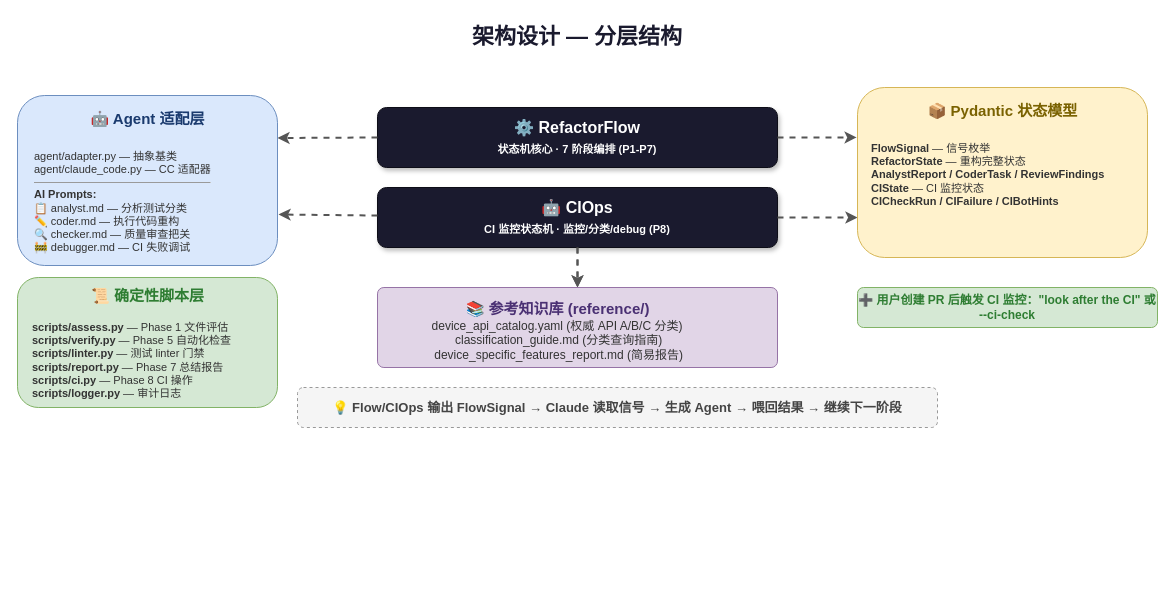
Earlier version of the draw.io diagram pytorch-test-refactoring/.assets/diagrams/architecture.drawio (KarhouTam/agent-skills). Source tidied: cells renumbered, new cells numbered last; positions are measured from the earlier drawing's top-left corner, leaving out a move shared by most shapes. Both pictures are drawn from the tidied source at 100%, with x=0, y=0 at pixel (17, 17).
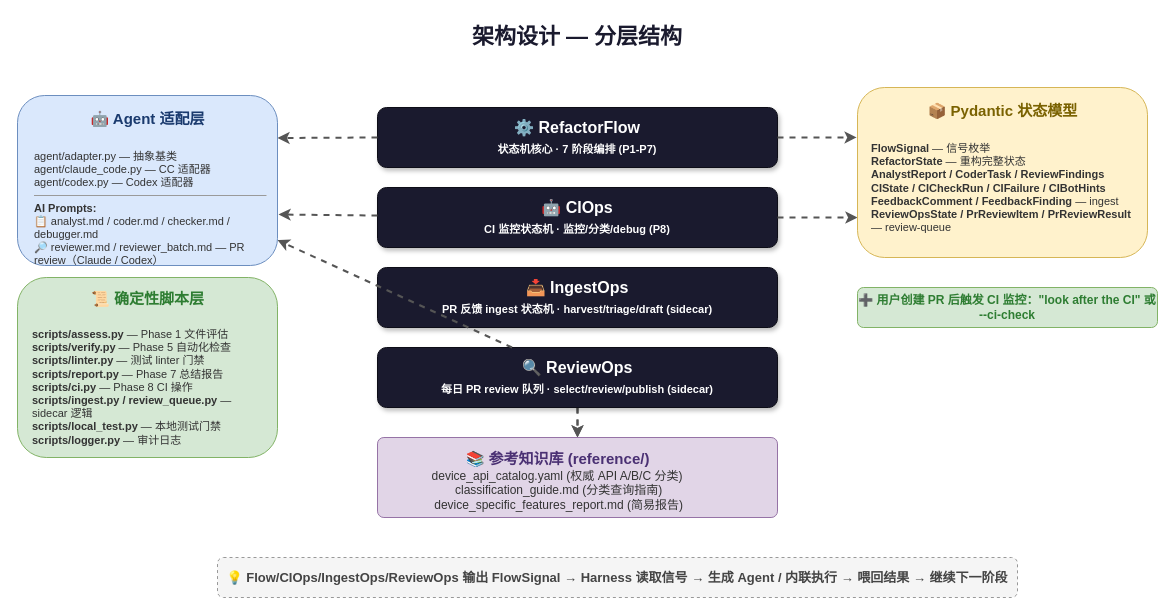
After the change.

The change refers to these unchanged cells:
```xml
<mxCell id="18" style="group;" parent="1" vertex="1">
  <mxGeometry y="78" width="260" height="170" as="geometry" />
</mxCell>
<mxCell id="19" style="rounded=1;whiteSpace=wrap;html=1;fillColor=#dae8fc;strokeColor=#6c8ebf;arcSize=16;" parent="18" vertex="1">
  <mxGeometry width="260" height="170" as="geometry" />
</mxCell>
<mxCell id="22" style="group;" parent="1" vertex="1">
  <mxGeometry x="840" y="70" width="290" height="170" as="geometry" />
</mxCell>
```

The edit, as a diff of the source:
```diff
@@
     <mxCell id="9" style="endArrow=classic;html=1;strokeWidth=2;strokeColor=#555;dashed=1;" parent="1" edge="1">
       <mxGeometry relative="1" as="geometry">
-        <mxPoint x="560" y="230" as="sourcePoint" />
-        <mxPoint x="560" y="270" as="targetPoint" />
+        <mxPoint x="560" y="390" as="sourcePoint" />
+        <mxPoint x="560" y="420" as="targetPoint" />
       </mxGeometry>
     </mxCell>
     <mxCell id="10" style="endArrow=classic;html=1;strokeWidth=2;strokeColor=#555;dashed=1;" parent="1" edge="1">
       <mxGeometry relative="1" as="geometry">
-        <mxPoint x="560" y="230" as="sourcePoint" />
-        <mxPoint x="560" y="270" as="targetPoint" />
+        <mxPoint x="560" y="390" as="sourcePoint" />
+        <mxPoint x="560" y="420" as="targetPoint" />
       </mxGeometry>
     </mxCell>
@@
+    <mxCell id="30" style="rounded=1;whiteSpace=wrap;html=1;fillColor=#1a1a2e;strokeColor=#0d0d17;shadow=1;" parent="1" vertex="1">
+      <mxGeometry x="360" y="250" width="400" height="60" as="geometry" />
+    </mxCell>
+    <mxCell id="31" value="📥 IngestOps&lt;br&gt;&lt;font style=&quot;font-size:11px;&quot;&gt;PR 反馈 ingest 状态机 · harvest/triage/draft (sidecar)&lt;/font&gt;" style="text;html=1;strokeColor=none;fillColor=none;align=center;verticalAlign=middle;whiteSpace=wrap;fontSize=16;fontColor=#ffffff;fontStyle=1;" parent="1" vertex="1">
+      <mxGeometry x="370" y="255" width="380" height="50" as="geometry" />
+    </mxCell>
+    <mxCell id="32" style="rounded=1;whiteSpace=wrap;html=1;fillColor=#1a1a2e;strokeColor=#0d0d17;shadow=1;" parent="1" vertex="1">
+      <mxGeometry x="360" y="330" width="400" height="60" as="geometry" />
+    </mxCell>
+    <mxCell id="33" value="🔍 ReviewOps&lt;br&gt;&lt;font style=&quot;font-size:11px;&quot;&gt;每日 PR review 队列 · select/review/publish (sidecar)&lt;/font&gt;" style="text;html=1;strokeColor=none;fillColor=none;align=center;verticalAlign=middle;whiteSpace=wrap;fontSize=16;fontColor=#ffffff;fontStyle=1;" parent="1" vertex="1">
+      <mxGeometry x="370" y="335" width="380" height="50" as="geometry" />
+    </mxCell>
+    <mxCell id="34" style="endArrow=classic;html=1;strokeWidth=2;strokeColor=#555;dashed=1;" parent="1" edge="1" source="32" target="19">
+      <mxGeometry relative="1" as="geometry" />
+    </mxCell>
     <mxCell id="13" style="rounded=1;whiteSpace=wrap;html=1;fillColor=#e1d5e7;strokeColor=#9673a6;arcSize=8;" parent="1" vertex="1">
-      <mxGeometry x="360" y="270" width="400" height="80" as="geometry" />
+      <mxGeometry x="360" y="420" width="400" height="80" as="geometry" />
     </mxCell>
     <mxCell id="14" value="📚 参考知识库 (reference/)" style="text;html=1;strokeColor=none;fillColor=none;align=center;verticalAlign=middle;fontSize=15;fontColor=#4a3073;fontStyle=1;" parent="1" vertex="1">
-      <mxGeometry x="150" y="278" width="780" height="25" as="geometry" />
+      <mxGeometry x="150" y="428" width="780" height="25" as="geometry" />
     </mxCell>
     <mxCell id="15" value="device_api_catalog.yaml (权威 API A/B/C 分类)&lt;div&gt;&amp;nbsp;classification_guide.md (分类查询指南)&lt;/div&gt;&lt;div&gt;&amp;nbsp;device_specific_features_report.md (简易报告)&lt;/div&gt;" style="text;html=1;strokeColor=none;fillColor=none;align=center;verticalAlign=middle;whiteSpace=wrap;fontSize=12;fontColor=#333;" parent="1" vertex="1">
-      <mxGeometry x="150" y="303" width="780" height="40" as="geometry" />
+      <mxGeometry x="150" y="453" width="780" height="40" as="geometry" />
     </mxCell>
-    <mxCell id="16" value="💡 Flow/CIOps 输出 FlowSignal → Claude 读取信号 → 生成 Agent → 喂回结果 → 继续下一阶段" style="text;html=1;strokeColor=#999;fillColor=#f5f5f5;align=center;verticalAlign=middle;whiteSpace=wrap;fontSize=13;fontColor=#444;fontStyle=1;rounded=1;dashed=1;" parent="1" vertex="1">
-      <mxGeometry x="280" y="370" width="640" height="40" as="geometry" />
+    <mxCell id="16" value="💡 Flow/CIOps/IngestOps/ReviewOps 输出 FlowSignal → Harness 读取信号 → 生成 Agent / 内联执行 → 喂回结果 → 继续下一阶段" style="text;html=1;strokeColor=#999;fillColor=#f5f5f5;align=center;verticalAlign=middle;whiteSpace=wrap;fontSize=13;fontColor=#444;fontStyle=1;rounded=1;dashed=1;" parent="1" vertex="1">
+      <mxGeometry x="200" y="540" width="800" height="40" as="geometry" />
     </mxCell>
@@
-    <mxCell id="21" value="agent/adapter.py — 抽象基类&lt;br&gt;agent/claude_code.py — CC 适配器&lt;br&gt;&lt;hr size=&quot;1&quot; /&gt;&lt;b&gt;AI Prompts:&lt;/b&gt;&lt;br&gt;📋 analyst.md — 分析测试分类&lt;br&gt;✏️ coder.md — 执行代码重构&lt;br&gt;🔍 checker.md — 质量审查把关&lt;br&gt;🚧 debugger.md — CI 失败调试" style="text;html=1;strokeColor=none;fillColor=none;align=left;verticalAlign=top;whiteSpace=wrap;fontSize=11;fontColor=#333;" parent="18" vertex="1">
+    <mxCell id="21" value="agent/adapter.py — 抽象基类&lt;br&gt;agent/claude_code.py — CC 适配器&lt;br&gt;agent/codex.py — Codex 适配器&lt;br&gt;&lt;hr size=&quot;1&quot; /&gt;&lt;b&gt;AI Prompts:&lt;/b&gt;&lt;br&gt;📋 analyst.md / coder.md / checker.md / debugger.md&lt;br&gt;🔎 reviewer.md / reviewer_batch.md — PR review（Claude / Codex）" style="text;html=1;strokeColor=none;fillColor=none;align=left;verticalAlign=top;whiteSpace=wrap;fontSize=11;fontColor=#333;" parent="18" vertex="1">
       <mxGeometry x="15" y="48" width="235" height="115" as="geometry" />
     </mxCell>
@@
-    <mxCell id="25" value="&lt;b&gt;FlowSignal&lt;/b&gt; — 信号枚举&lt;br&gt;&lt;b&gt;RefactorState&lt;/b&gt; — 重构完整状态&lt;br&gt;&lt;b&gt;AnalystReport / CoderTask / ReviewFindings&lt;/b&gt;&lt;br&gt;&lt;b&gt;CIState&lt;/b&gt; — CI 监控状态&lt;br&gt;&lt;b&gt;CICheckRun / CIFailure / CIBotHints&lt;/b&gt;" style="text;html=1;strokeColor=none;fillColor=none;align=left;verticalAlign=top;whiteSpace=wrap;fontSize=11;fontColor=#333;" parent="22" vertex="1">
+    <mxCell id="25" value="&lt;b&gt;FlowSignal&lt;/b&gt; — 信号枚举&lt;br&gt;&lt;b&gt;RefactorState&lt;/b&gt; — 重构完整状态&lt;br&gt;&lt;b&gt;AnalystReport / CoderTask / ReviewFindings&lt;/b&gt;&lt;br&gt;&lt;b&gt;CIState / CICheckRun / CIFailure / CIBotHints&lt;/b&gt;&lt;br&gt;&lt;b&gt;FeedbackComment / FeedbackFinding&lt;/b&gt; — ingest&lt;br&gt;&lt;b&gt;ReviewOpsState / PrReviewItem / PrReviewResult&lt;/b&gt; — review-queue" style="text;html=1;strokeColor=none;fillColor=none;align=left;verticalAlign=top;whiteSpace=wrap;fontSize=11;fontColor=#333;" parent="22" vertex="1">
       <mxGeometry x="12.4" y="48" width="269.3" height="115" as="geometry" />
     </mxCell>
     <mxCell id="26" style="group;" parent="1" vertex="1">
-      <mxGeometry y="260" width="260" height="130" as="geometry" />
+      <mxGeometry y="260" width="260" height="180" as="geometry" />
     </mxCell>
     <mxCell id="27" style="rounded=1;whiteSpace=wrap;html=1;fillColor=#d5e8d4;strokeColor=#82b366;arcSize=16;" parent="26" vertex="1">
-      <mxGeometry width="260" height="130" as="geometry" />
+      <mxGeometry width="260" height="180" as="geometry" />
     </mxCell>
     <mxCell id="28" value="📜 确定性脚本层" style="text;html=1;strokeColor=none;fillColor=none;align=center;verticalAlign=middle;fontSize=15;fontColor=#2e7d32;fontStyle=1;" parent="26" vertex="1">
-      <mxGeometry x="8.4" y="6.1" width="243.2" height="22.9" as="geometry" />
+      <mxGeometry x="8.4" y="7.3" width="243.2" height="27.5" as="geometry" />
     </mxCell>
-    <mxCell id="29" value="&lt;b&gt;scripts/assess.py&lt;/b&gt; — Phase 1 文件评估&lt;br&gt;&lt;b&gt;scripts/verify.py&lt;/b&gt; — Phase 5 自动化检查&lt;br&gt;&lt;b&gt;scripts/linter.py&lt;/b&gt; — 测试 linter 门禁&lt;br&gt;&lt;b&gt;scripts/report.py&lt;/b&gt; — Phase 7 总结报告&lt;br&gt;&lt;b&gt;scripts/ci.py&lt;/b&gt; — Phase 8 CI 操作&lt;br&gt;&lt;b&gt;scripts/logger.py&lt;/b&gt; — 审计日志" style="text;html=1;strokeColor=none;fillColor=none;align=left;verticalAlign=top;whiteSpace=wrap;fontSize=11;fontColor=#333;" parent="26" vertex="1">
-      <mxGeometry x="12.6" y="36.7" width="239" height="87.9" as="geometry" />
+    <mxCell id="29" value="&lt;b&gt;scripts/assess.py&lt;/b&gt; — Phase 1 文件评估&lt;br&gt;&lt;b&gt;scripts/verify.py&lt;/b&gt; — Phase 5 自动化检查&lt;br&gt;&lt;b&gt;scripts/linter.py&lt;/b&gt; — 测试 linter 门禁&lt;br&gt;&lt;b&gt;scripts/report.py&lt;/b&gt; — Phase 7 总结报告&lt;br&gt;&lt;b&gt;scripts/ci.py&lt;/b&gt; — Phase 8 CI 操作&lt;br&gt;&lt;b&gt;scripts/ingest.py / review_queue.py&lt;/b&gt; — sidecar 逻辑&lt;br&gt;&lt;b&gt;scripts/local_test.py&lt;/b&gt; — 本地测试门禁&lt;br&gt;&lt;b&gt;scripts/logger.py&lt;/b&gt; — 审计日志" style="text;html=1;strokeColor=none;fillColor=none;align=left;verticalAlign=top;whiteSpace=wrap;fontSize=11;fontColor=#333;" parent="26" vertex="1">
+      <mxGeometry x="12.6" y="44" width="239" height="129.5" as="geometry" />
     </mxCell>
```
